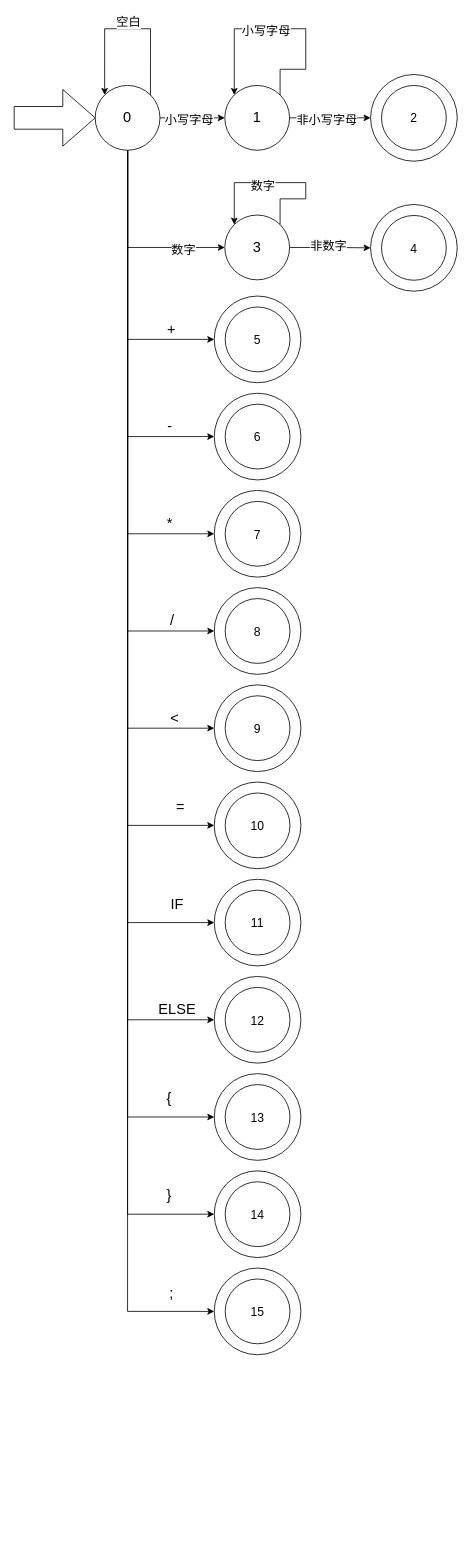
The draw.io diagram assets/状态转换图.drawio in chenxiex/mini-lexer, before the edit. Source tidied: cells renumbered, new cells numbered last; positions are measured from the earlier drawing's top-left corner, leaving out a move shared by most shapes. Both pictures are drawn from the tidied source at 81%, with x=0, y=0 at pixel (14, 28).
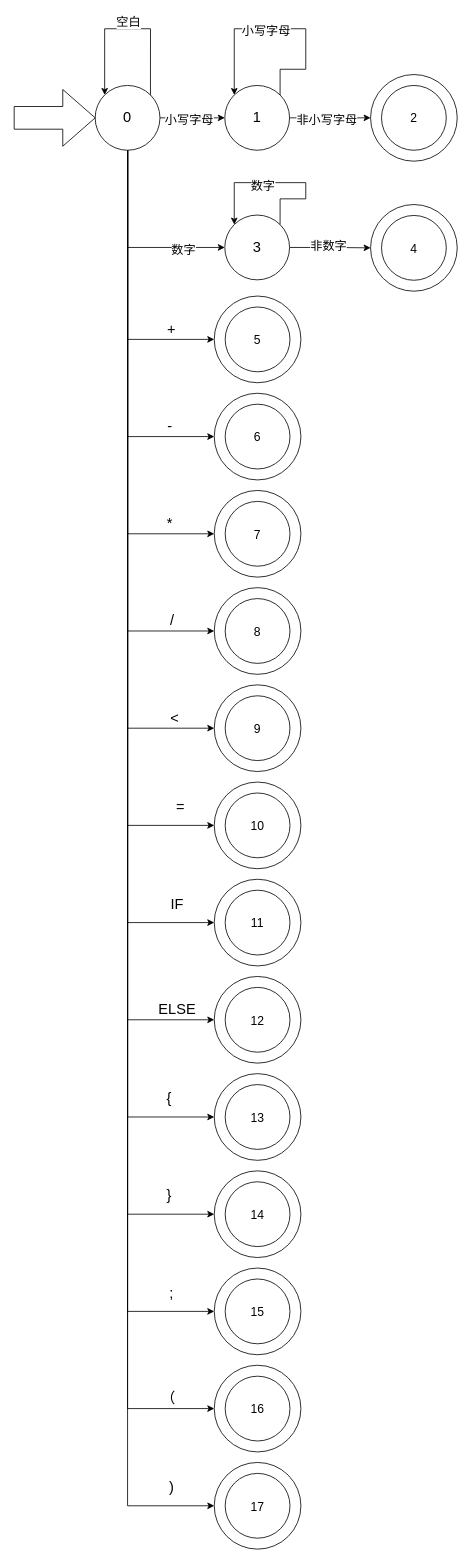
Above is the later version.

Unchanged cells that the change refers to:
```xml
<mxCell id="28" value="&lt;font style=&quot;font-size: 18px;&quot;&gt;0&lt;/font&gt;" style="ellipse;whiteSpace=wrap;html=1;fontSize=18;" parent="1" vertex="1">
  <mxGeometry x="100" y="70" width="80" height="80" as="geometry" />
</mxCell>
```

The edit, as a diff of the source:
```diff
@@
+    <mxCell id="81" style="edgeStyle=orthogonalEdgeStyle;rounded=0;jettySize=auto;html=1;entryX=0;entryY=0.5;entryDx=0;entryDy=0;" parent="1" edge="1" source="28" target="87">
+      <mxGeometry relative="1" as="geometry">
+        <Array as="points">
+          <mxPoint x="140" y="1704" />
+        </Array>
+      </mxGeometry>
+    </mxCell>
+    <mxCell id="82" value="（" style="edgeLabel;html=1;align=center;verticalAlign=middle;fontSize=18;" parent="81" vertex="1">
+      <mxGeometry x="0.93" y="-3" relative="1" as="geometry">
+        <mxPoint x="1" y="-16" as="offset" />
+      </mxGeometry>
+    </mxCell>
+    <mxCell id="83" style="edgeStyle=orthogonalEdgeStyle;rounded=0;jettySize=auto;html=1;entryX=0;entryY=0.5;entryDx=0;entryDy=0;fontFamily=Helvetica;fontSize=18;fontColor=default;labelBackgroundColor=default;" parent="1" edge="1" source="28" target="90">
+      <mxGeometry relative="1" as="geometry">
+        <Array as="points">
+          <mxPoint x="140" y="1824" />
+        </Array>
+      </mxGeometry>
+    </mxCell>
+    <mxCell id="84" value=")" style="edgeLabel;html=1;align=center;verticalAlign=middle;fontFamily=Helvetica;fontSize=18;fontColor=default;labelBackgroundColor=default;fillColor=none;gradientColor=none;" parent="83" vertex="1">
+      <mxGeometry x="0.94" y="1" relative="1" as="geometry">
+        <mxPoint y="-22" as="offset" />
+      </mxGeometry>
+    </mxCell>
@@
+    <mxCell id="85" style="group;" parent="1" vertex="1">
+      <mxGeometry x="247" y="1650" width="107" height="107" as="geometry" />
+    </mxCell>
+    <mxCell id="86" style="ellipse;whiteSpace=wrap;html=1;strokeColor=default;align=center;verticalAlign=middle;fontFamily=Helvetica;fontSize=15;fontColor=default;fillColor=default;" parent="85" vertex="1">
+      <mxGeometry x="13.5" y="13.5" width="80" height="80" as="geometry" />
+    </mxCell>
+    <mxCell id="87" value="16" style="ellipse;whiteSpace=wrap;html=1;strokeColor=default;align=center;verticalAlign=middle;fontFamily=Helvetica;fontSize=15;fontColor=default;fillColor=none;" parent="85" vertex="1">
+      <mxGeometry width="107" height="107" as="geometry" />
+    </mxCell>
+    <mxCell id="88" style="group;align=center;verticalAlign=middle;fontFamily=Helvetica;fontSize=18;fontColor=default;labelBackgroundColor=default;fillColor=none;gradientColor=none;" parent="1" vertex="1">
+      <mxGeometry x="247" y="1770" width="107" height="107" as="geometry" />
+    </mxCell>
+    <mxCell id="89" style="ellipse;whiteSpace=wrap;html=1;strokeColor=default;align=center;verticalAlign=middle;fontFamily=Helvetica;fontSize=15;fontColor=default;fillColor=default;labelBackgroundColor=default;" parent="88" vertex="1">
+      <mxGeometry x="13.5" y="13.5" width="80" height="80" as="geometry" />
+    </mxCell>
+    <mxCell id="90" value="17" style="ellipse;whiteSpace=wrap;html=1;strokeColor=default;align=center;verticalAlign=middle;fontFamily=Helvetica;fontSize=15;fontColor=default;fillColor=none;labelBackgroundColor=default;" parent="88" vertex="1">
+      <mxGeometry width="107" height="107" as="geometry" />
+    </mxCell>
```
